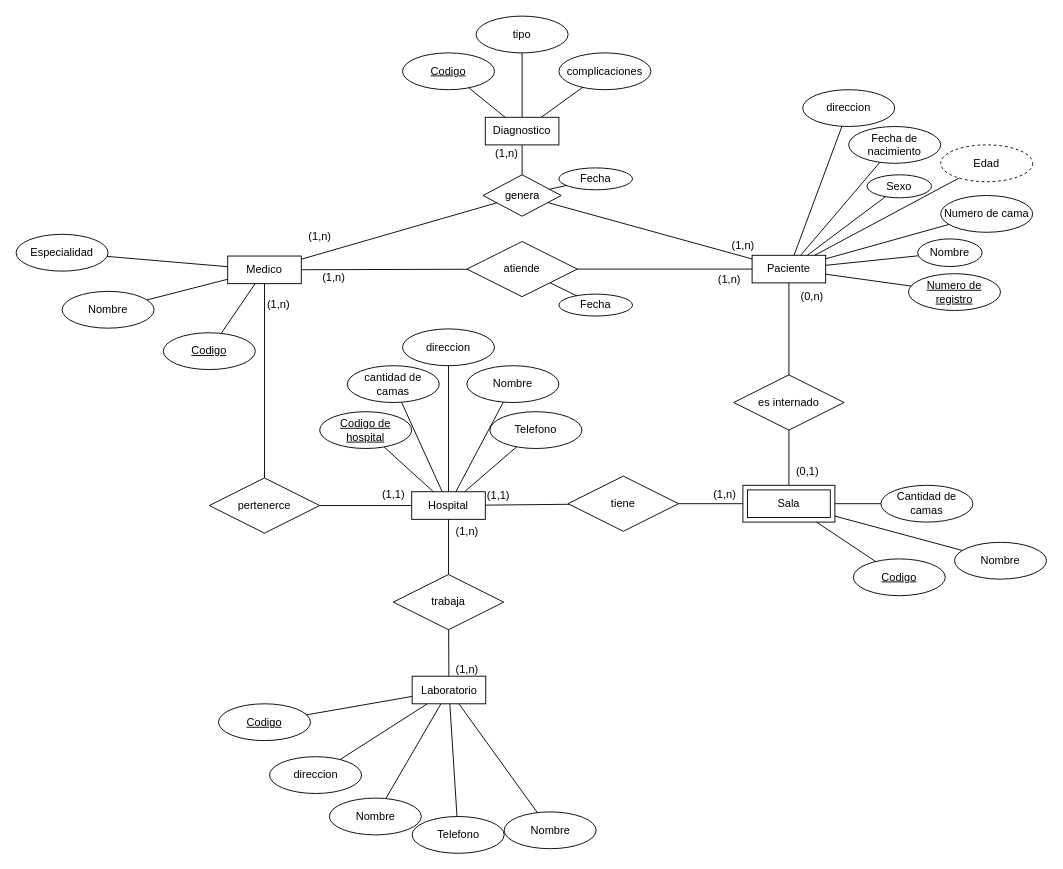
This is Desafio-4-base-de-datos-informatorio.drawio from RamaAlves/base-de-datos, a draw.io file, before an edit. Source tidied: cells renumbered, new cells numbered last; positions are measured from the earlier drawing's top-left corner, leaving out a move shared by most shapes. Both pictures are drawn from the tidied source at 92%, with x=0, y=0 at pixel (16, 16).
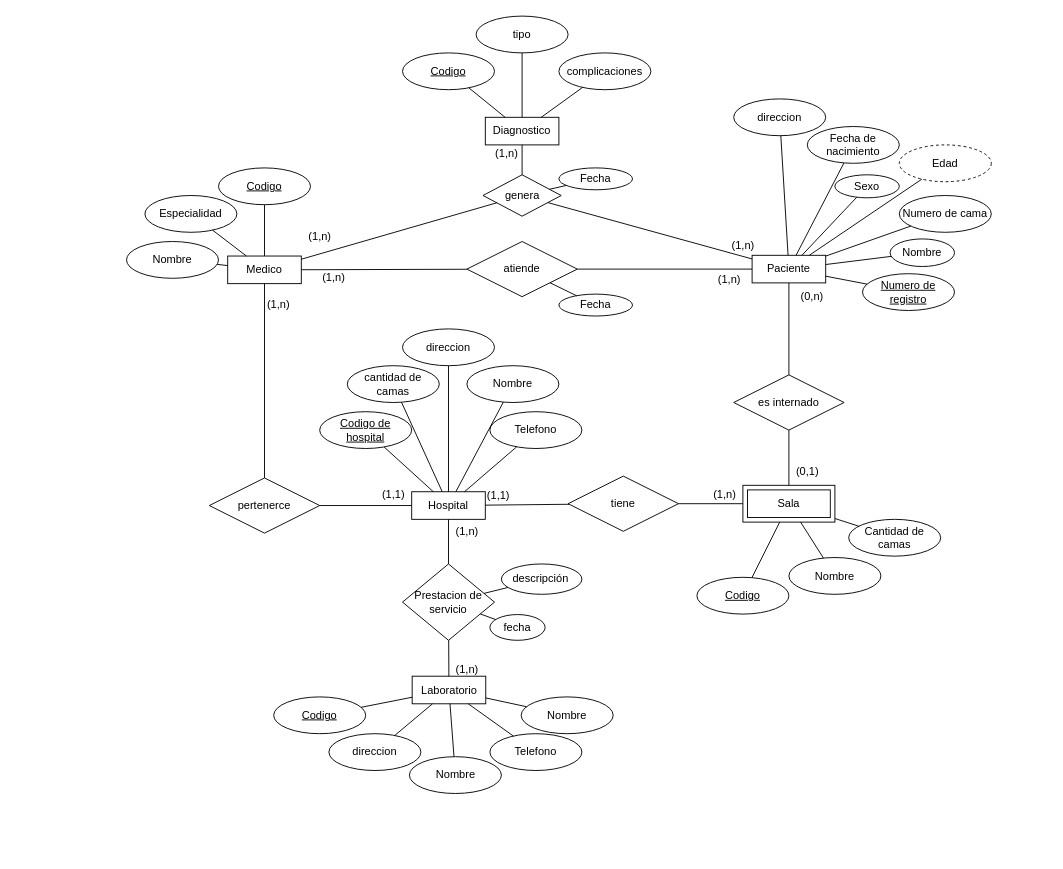
After the change.

The edit, as a diff of the source:
```diff
@@
     <mxCell id="17" value="Nombre" style="ellipse;whiteSpace=wrap;html=1;align=center;" parent="1" vertex="1">
-      <mxGeometry x="1020" y="572" width="100" height="40" as="geometry" />
+      <mxGeometry x="840" y="588.5" width="100" height="40" as="geometry" />
     </mxCell>
     <mxCell id="18" value="Cantidad de camas" style="ellipse;whiteSpace=wrap;html=1;align=center;" parent="1" vertex="1">
-      <mxGeometry x="940" y="510" width="100" height="40" as="geometry" />
+      <mxGeometry x="905" y="547" width="100" height="40" as="geometry" />
     </mxCell>
     <mxCell id="19" value="Codigo" style="ellipse;whiteSpace=wrap;html=1;align=center;fontStyle=4;" parent="1" vertex="1">
-      <mxGeometry x="910" y="590" width="100" height="40" as="geometry" />
+      <mxGeometry x="740" y="610" width="100" height="40" as="geometry" />
     </mxCell>
@@
     <mxCell id="24" value="Nombre" style="ellipse;whiteSpace=wrap;html=1;align=center;" parent="1" vertex="1">
-      <mxGeometry x="50" y="299.2" width="100" height="40" as="geometry" />
+      <mxGeometry x="120" y="245" width="100" height="40" as="geometry" />
     </mxCell>
     <mxCell id="25" value="Especialidad" style="ellipse;whiteSpace=wrap;html=1;align=center;" parent="1" vertex="1">
-      <mxGeometry y="237.2" width="100" height="40" as="geometry" />
+      <mxGeometry x="140" y="195" width="100" height="40" as="geometry" />
     </mxCell>
@@
     <mxCell id="28" value="Codigo" style="ellipse;whiteSpace=wrap;html=1;align=center;fontStyle=4;" parent="1" vertex="1">
-      <mxGeometry x="160" y="344.2" width="100" height="40" as="geometry" />
+      <mxGeometry x="220" y="165" width="100" height="40" as="geometry" />
     </mxCell>
@@
     <mxCell id="30" value="Codigo" style="ellipse;whiteSpace=wrap;html=1;align=center;fontStyle=4;" parent="1" vertex="1">
-      <mxGeometry x="220" y="747.5" width="100" height="40" as="geometry" />
+      <mxGeometry x="280" y="740" width="100" height="40" as="geometry" />
     </mxCell>
     <mxCell id="31" value="Nombre" style="ellipse;whiteSpace=wrap;html=1;align=center;" parent="1" vertex="1">
-      <mxGeometry x="530.5" y="865" width="100" height="40" as="geometry" />
+      <mxGeometry x="549" y="740" width="100" height="40" as="geometry" />
     </mxCell>
     <mxCell id="32" value="Nombre" style="ellipse;whiteSpace=wrap;html=1;align=center;" parent="1" vertex="1">
-      <mxGeometry x="340.5" y="850" width="100" height="40" as="geometry" />
+      <mxGeometry x="427.5" y="805" width="100" height="40" as="geometry" />
     </mxCell>
     <mxCell id="33" value="direccion" style="ellipse;whiteSpace=wrap;html=1;align=center;" parent="1" vertex="1">
-      <mxGeometry x="275.5" y="805" width="100" height="40" as="geometry" />
+      <mxGeometry x="340" y="780" width="100" height="40" as="geometry" />
     </mxCell>
     <mxCell id="34" value="Telefono" style="ellipse;whiteSpace=wrap;html=1;align=center;" parent="1" vertex="1">
-      <mxGeometry x="430.5" y="870" width="100" height="40" as="geometry" />
+      <mxGeometry x="515" y="780" width="100" height="40" as="geometry" />
     </mxCell>
@@
     <mxCell id="40" value="Nombre" style="ellipse;whiteSpace=wrap;html=1;align=center;" parent="1" vertex="1">
-      <mxGeometry x="980" y="242.2" width="70" height="30" as="geometry" />
+      <mxGeometry x="950" y="242.2" width="70" height="30" as="geometry" />
     </mxCell>
     <mxCell id="41" value="Numero de cama" style="ellipse;whiteSpace=wrap;html=1;align=center;" parent="1" vertex="1">
-      <mxGeometry x="1005" y="195" width="100" height="40" as="geometry" />
+      <mxGeometry x="960" y="195" width="100" height="40" as="geometry" />
     </mxCell>
     <mxCell id="42" value="direccion" style="ellipse;whiteSpace=wrap;html=1;align=center;" parent="1" vertex="1">
-      <mxGeometry x="855" y="80" width="100" height="40" as="geometry" />
+      <mxGeometry x="780" y="90" width="100" height="40" as="geometry" />
     </mxCell>
     <mxCell id="43" value="Numero de registro" style="ellipse;whiteSpace=wrap;html=1;align=center;fontStyle=4;" parent="1" vertex="1">
-      <mxGeometry x="970" y="280" width="100" height="40" as="geometry" />
+      <mxGeometry x="920" y="280" width="100" height="40" as="geometry" />
     </mxCell>
     <mxCell id="44" value="Fecha de nacimiento" style="ellipse;whiteSpace=wrap;html=1;align=center;" parent="1" vertex="1">
-      <mxGeometry x="905" y="120" width="100" height="40" as="geometry" />
+      <mxGeometry x="860" y="120" width="100" height="40" as="geometry" />
     </mxCell>
     <mxCell id="45" value="Sexo" style="ellipse;whiteSpace=wrap;html=1;align=center;" parent="1" vertex="1">
-      <mxGeometry x="925" y="172.5" width="70" height="25" as="geometry" />
+      <mxGeometry x="890" y="172.5" width="70" height="25" as="geometry" />
     </mxCell>
     <mxCell id="46" value="Edad" style="ellipse;whiteSpace=wrap;html=1;align=center;dashed=1;" parent="1" vertex="1">
-      <mxGeometry x="1005" y="140" width="100" height="40" as="geometry" />
+      <mxGeometry x="960" y="140" width="100" height="40" as="geometry" />
     </mxCell>
@@
-    <mxCell id="70" value="trabaja" style="shape=rhombus;perimeter=rhombusPerimeter;whiteSpace=wrap;html=1;align=center;" parent="1" vertex="1">
-      <mxGeometry x="410" y="607" width="120" height="60" as="geometry" />
+    <mxCell id="70" value="Prestacion de servicio" style="shape=rhombus;perimeter=rhombusPerimeter;whiteSpace=wrap;html=1;align=center;" parent="1" vertex="1">
+      <mxGeometry x="420" y="595.5" width="100" height="83" as="geometry" />
     </mxCell>
@@
+    <mxCell id="96" value="descripción&amp;nbsp;" style="ellipse;whiteSpace=wrap;html=1;align=center;" parent="1" vertex="1">
+      <mxGeometry x="527.5" y="595.5" width="87.5" height="33" as="geometry" />
+    </mxCell>
+    <mxCell id="97" value="fecha" style="ellipse;whiteSpace=wrap;html=1;align=center;" parent="1" vertex="1">
+      <mxGeometry x="515" y="650.5" width="60" height="28" as="geometry" />
+    </mxCell>
+    <mxCell id="98" style="endArrow=none;html=1;rounded=0;" parent="1" edge="1" source="70" target="96">
+      <mxGeometry relative="1" as="geometry" />
+    </mxCell>
+    <mxCell id="99" style="endArrow=none;html=1;rounded=0;" parent="1" edge="1" source="70" target="97">
+      <mxGeometry relative="1" as="geometry" />
+    </mxCell>
```
